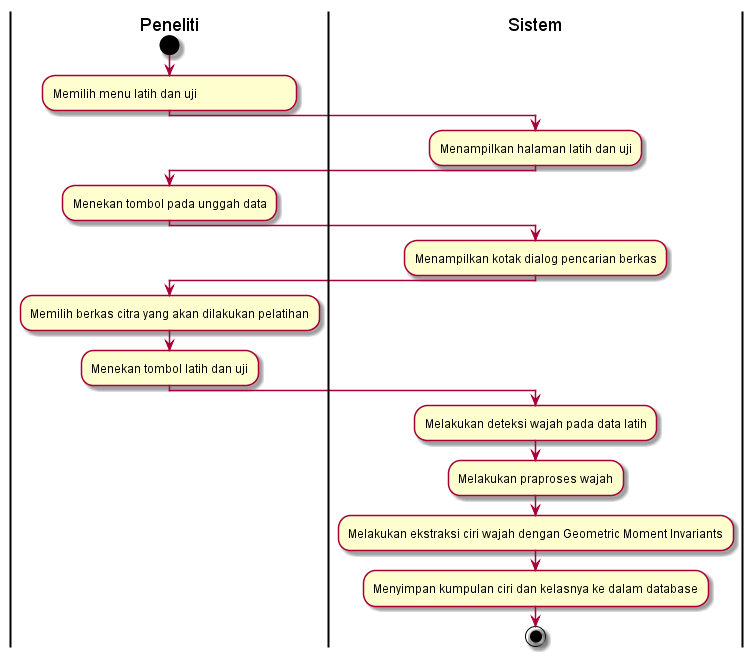
Earlier version of the PlantUML export diagram/AD_proses_pelatihan.png (ayulestari10/gmisvm).
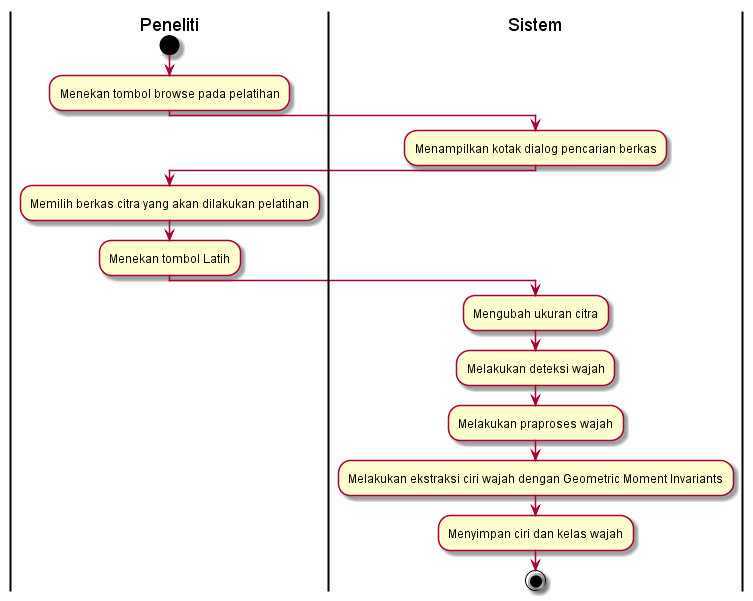
After the commit.

The edit, as a diff of the source:
```diff
@@ -1,26 +1,19 @@
 @startuml
 | Peneliti |
 start
-
-:Memilih menu latih dan uji;
-| Sistem |
-:Menampilkan halaman latih dan uji;
-| Peneliti |
-:Menekan tombol pada unggah data;
+:Menekan tombol browse pada pelatihan;
 | Sistem |
 :Menampilkan kotak dialog pencarian berkas;
 | Peneliti |
 :Memilih berkas citra yang akan dilakukan pelatihan;
 | Peneliti |
-:Menekan tombol latih dan uji;
+:Menekan tombol Latih;
 | Sistem |
-:Melakukan deteksi wajah pada data latih;
-| Sistem |
+:Mengubah ukuran citra;
+:Melakukan deteksi wajah;
 :Melakukan praproses wajah;
-| Sistem |
 :Melakukan ekstraksi ciri wajah dengan Geometric Moment Invariants;
-| Sistem |
-:Menyimpan kumpulan ciri dan kelasnya ke dalam database;
+:Menyimpan ciri dan kelas wajah;
 
 stop
 @enduml
```
